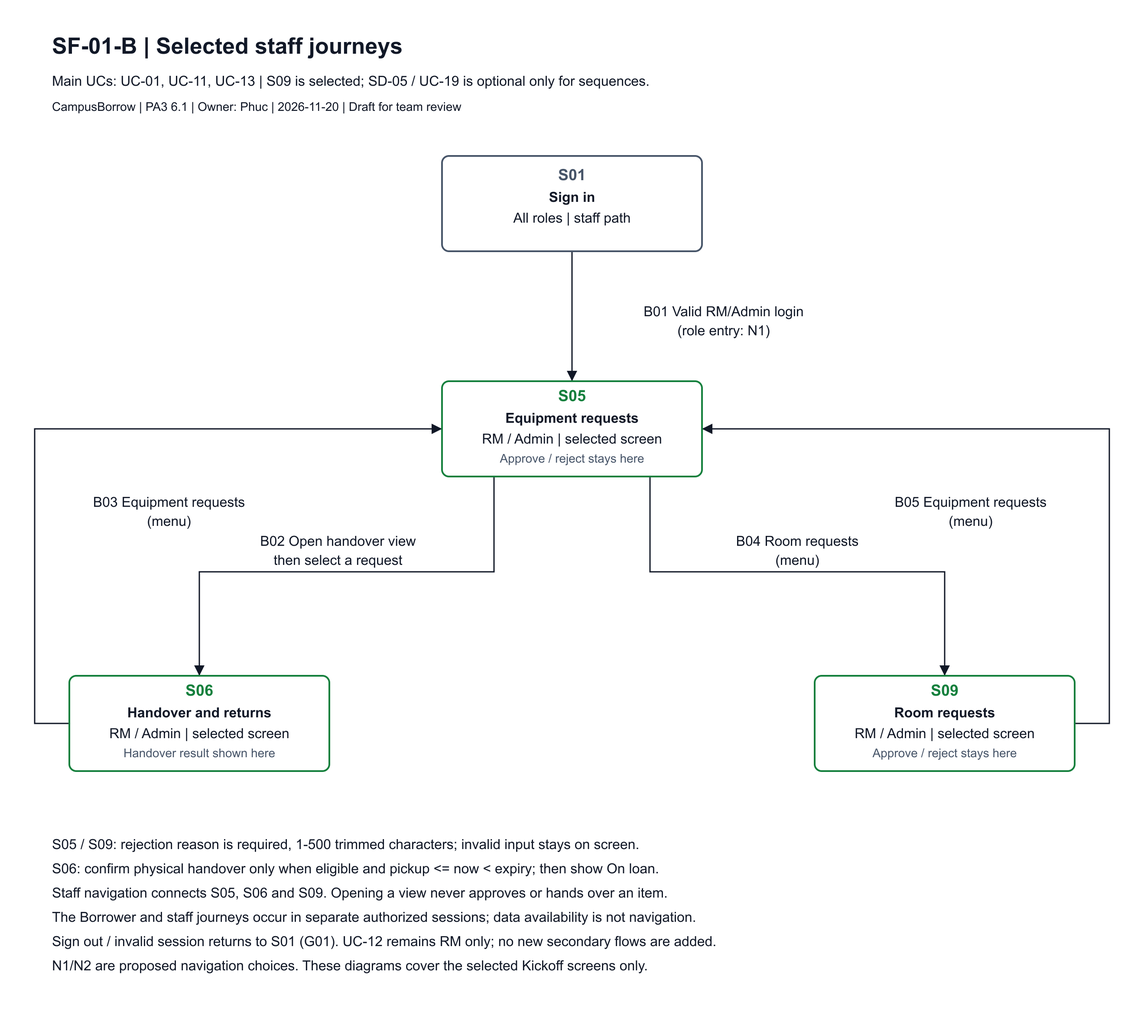
JuliaTrang/T09-CampusBorrow keeps this draw.io diagram as docs/design/screen-flow/SF-01-B_staff.drawio.png. Above is the earlier version. Source tidied: cells renumbered, new cells last; positions are measured from the earlier drawing's top-left corner, leaving out a move shared by most shapes.
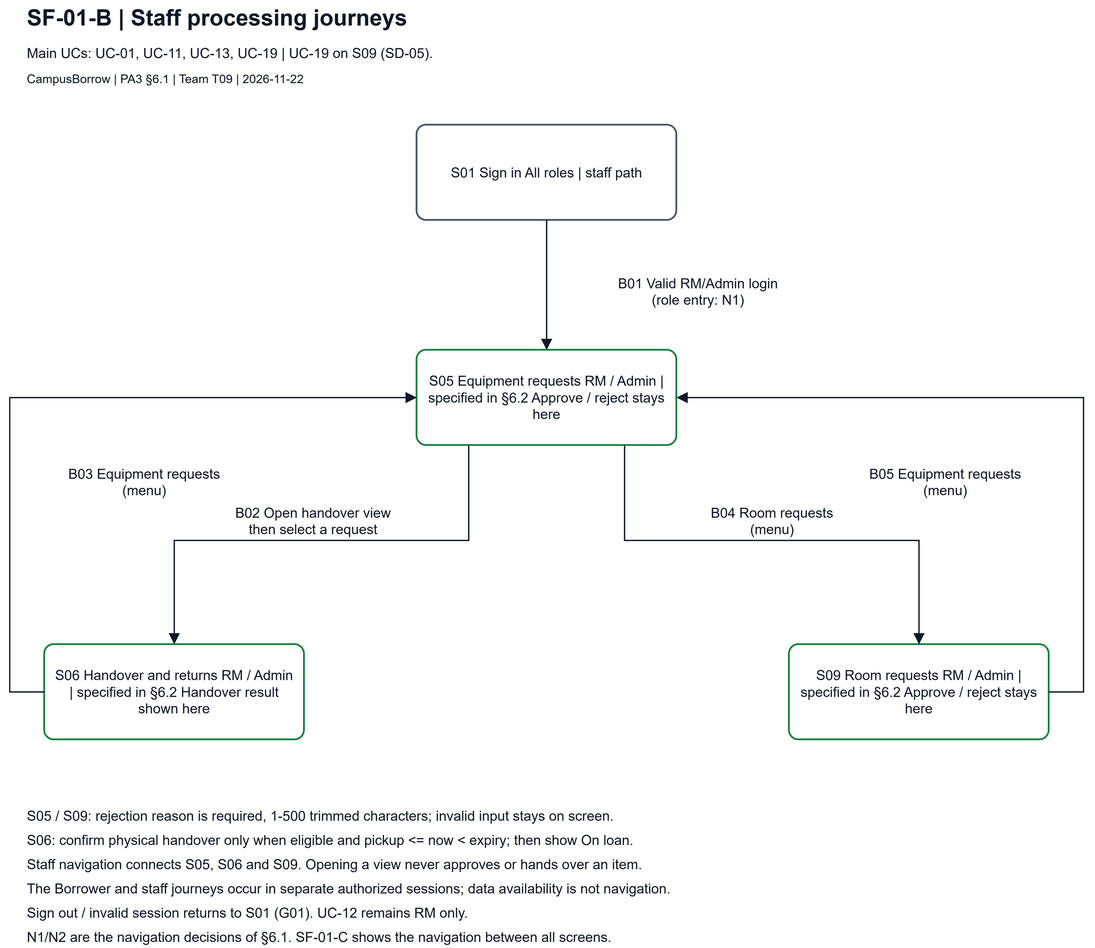
The same diagram one commit later.

Diff of the diagram source:
```diff
@@ -2,25 +2,25 @@
   <root>
     <mxCell id="0" />
     <mxCell id="1" parent="0" />
-    <mxCell id="2" value="SF-01-B | Selected staff journeys" style="text;html=0;align=left;verticalAlign=top;whiteSpace=wrap;overflow=visible;fontFamily=Arial;fontSize=26;fontColor=#111827;fontStyle=1;spacing=0;" parent="1" vertex="1">
+    <mxCell id="2" value="SF-01-B | Staff processing journeys" style="text;html=0;align=left;verticalAlign=top;whiteSpace=wrap;overflow=visible;fontFamily=Arial;fontSize=26;fontColor=#111827;fontStyle=1;spacing=0;" parent="1" vertex="1">
       <mxGeometry x="20" width="1200" height="35" as="geometry" />
     </mxCell>
-    <mxCell id="3" value="Main UCs: UC-01, UC-11, UC-13 | S09 is selected; SD-05 / UC-19 is optional only for sequences." style="text;html=0;align=left;verticalAlign=top;whiteSpace=wrap;overflow=visible;fontFamily=Arial;fontSize=16;fontColor=#111827;fontStyle=0;spacing=0;" parent="1" vertex="1">
+    <mxCell id="3" value="Main UCs: UC-01, UC-11, UC-13, UC-19 | UC-19 on S09 (SD-05)." style="text;html=0;align=left;verticalAlign=top;whiteSpace=wrap;overflow=visible;fontFamily=Arial;fontSize=16;fontColor=#111827;fontStyle=0;spacing=0;" parent="1" vertex="1">
       <mxGeometry x="20" y="47" width="1200" height="26" as="geometry" />
     </mxCell>
-    <mxCell id="4" value="CampusBorrow | PA3 6.1 | Owner: Phuc | 2026-11-20 | Draft for team review" style="text;html=0;align=left;verticalAlign=top;whiteSpace=wrap;overflow=visible;fontFamily=Arial;fontSize=14;fontColor=#111827;fontStyle=0;spacing=0;" parent="1" vertex="1">
+    <mxCell id="4" value="CampusBorrow | PA3 §6.1 | Team T09 | 2026-11-22" style="text;html=0;align=left;verticalAlign=top;whiteSpace=wrap;overflow=visible;fontFamily=Arial;fontSize=14;fontColor=#111827;fontStyle=0;spacing=0;" parent="1" vertex="1">
       <mxGeometry x="20" y="78" width="1200" height="26" as="geometry" />
     </mxCell>
     <mxCell id="5" value="S01 Sign in All roles | staff path" style="rounded=1;arcSize=10;whiteSpace=wrap;html=0;fillColor=#FFFFFF;dashed=0;strokeColor=#475569;strokeWidth=2;fontFamily=Arial;fontSize=16;fontColor=#111827;align=center;verticalAlign=middle;spacing=10;" parent="1" vertex="1">
       <mxGeometry x="470" y="144" width="300" height="110" as="geometry" />
     </mxCell>
-    <mxCell id="6" value="S05 Equipment requests RM / Admin | selected screen Approve / reject stays here" style="rounded=1;arcSize=10;whiteSpace=wrap;html=0;fillColor=#FFFFFF;dashed=0;strokeColor=#15803D;strokeWidth=2;fontFamily=Arial;fontSize=16;fontColor=#111827;align=center;verticalAlign=middle;spacing=10;" parent="1" vertex="1">
+    <mxCell id="6" value="S05 Equipment requests RM / Admin | specified in §6.2 Approve / reject stays here" style="rounded=1;arcSize=10;whiteSpace=wrap;html=0;fillColor=#FFFFFF;dashed=0;strokeColor=#15803D;strokeWidth=2;fontFamily=Arial;fontSize=16;fontColor=#111827;align=center;verticalAlign=middle;spacing=10;" parent="1" vertex="1">
       <mxGeometry x="470" y="404" width="300" height="110" as="geometry" />
     </mxCell>
-    <mxCell id="7" value="S06 Handover and returns RM / Admin | selected screen Handover result shown here" style="rounded=1;arcSize=10;whiteSpace=wrap;html=0;fillColor=#FFFFFF;dashed=0;strokeColor=#15803D;strokeWidth=2;fontFamily=Arial;fontSize=16;fontColor=#111827;align=center;verticalAlign=middle;spacing=10;" parent="1" vertex="1">
+    <mxCell id="7" value="S06 Handover and returns RM / Admin | specified in §6.2 Handover result shown here" style="rounded=1;arcSize=10;whiteSpace=wrap;html=0;fillColor=#FFFFFF;dashed=0;strokeColor=#15803D;strokeWidth=2;fontFamily=Arial;fontSize=16;fontColor=#111827;align=center;verticalAlign=middle;spacing=10;" parent="1" vertex="1">
       <mxGeometry x="40" y="744" width="300" height="110" as="geometry" />
     </mxCell>
-    <mxCell id="8" value="S09 Room requests RM / Admin | selected screen Approve / reject stays here" style="rounded=1;arcSize=10;whiteSpace=wrap;html=0;fillColor=#FFFFFF;dashed=0;strokeColor=#15803D;strokeWidth=2;fontFamily=Arial;fontSize=16;fontColor=#111827;align=center;verticalAlign=middle;spacing=10;" parent="1" vertex="1">
+    <mxCell id="8" value="S09 Room requests RM / Admin | specified in §6.2 Approve / reject stays here" style="rounded=1;arcSize=10;whiteSpace=wrap;html=0;fillColor=#FFFFFF;dashed=0;strokeColor=#15803D;strokeWidth=2;fontFamily=Arial;fontSize=16;fontColor=#111827;align=center;verticalAlign=middle;spacing=10;" parent="1" vertex="1">
       <mxGeometry x="900" y="744" width="300" height="110" as="geometry" />
     </mxCell>
     <mxCell id="9" style="edgeStyle=none;rounded=0;html=0;strokeColor=#111827;strokeWidth=1.5;endArrow=block;endFill=1;endSize=9;dashed=0;exitX=0.5;exitY=1;exitPerimeter=0;entryX=0.5;entryY=0;entryPerimeter=0;" parent="1" edge="1" source="5" target="6">
@@ -85,10 +85,10 @@
     <mxCell id="22" value="The Borrower and staff journeys occur in separate authorized sessions; data availability is not navigation." style="text;html=0;align=left;verticalAlign=top;whiteSpace=wrap;overflow=visible;fontFamily=Arial;fontSize=16;fontColor=#111827;fontStyle=0;spacing=0;" parent="1" vertex="1">
       <mxGeometry x="20" y="1012" width="1200" height="25" as="geometry" />
     </mxCell>
-    <mxCell id="23" value="Sign out / invalid session returns to S01 (G01). UC-12 remains RM only; no new secondary flows are added." style="text;html=0;align=left;verticalAlign=top;whiteSpace=wrap;overflow=visible;fontFamily=Arial;fontSize=16;fontColor=#111827;fontStyle=0;spacing=0;" parent="1" vertex="1">
+    <mxCell id="23" value="Sign out / invalid session returns to S01 (G01). UC-12 remains RM only." style="text;html=0;align=left;verticalAlign=top;whiteSpace=wrap;overflow=visible;fontFamily=Arial;fontSize=16;fontColor=#111827;fontStyle=0;spacing=0;" parent="1" vertex="1">
       <mxGeometry x="20" y="1040" width="1200" height="25" as="geometry" />
     </mxCell>
-    <mxCell id="24" value="N1/N2 are proposed navigation choices. These diagrams cover the selected Kickoff screens only." style="text;html=0;align=left;verticalAlign=top;whiteSpace=wrap;overflow=visible;fontFamily=Arial;fontSize=16;fontColor=#111827;fontStyle=0;spacing=0;" parent="1" vertex="1">
+    <mxCell id="24" value="N1/N2 are the navigation decisions of §6.1. SF-01-C shows the navigation between all screens." style="text;html=0;align=left;verticalAlign=top;whiteSpace=wrap;overflow=visible;fontFamily=Arial;fontSize=16;fontColor=#111827;fontStyle=0;spacing=0;" parent="1" vertex="1">
       <mxGeometry x="20" y="1068" width="1200" height="25" as="geometry" />
     </mxCell>
   </root>
```
